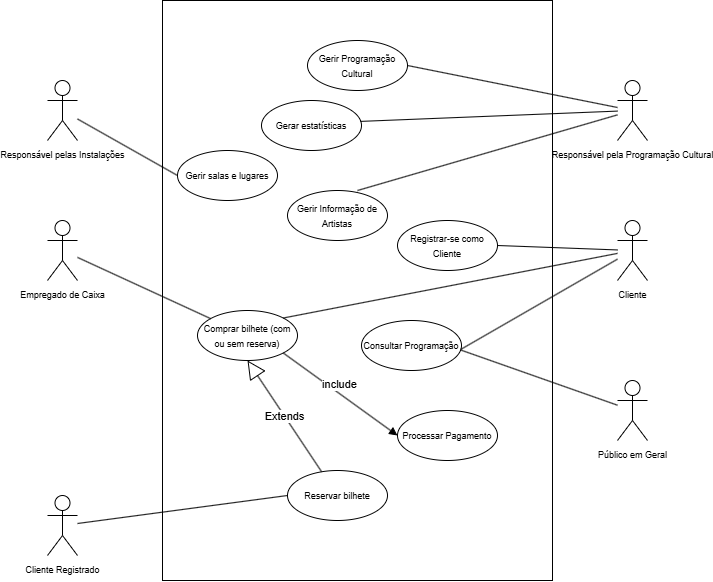
Earlier version of the draw.io export UML_Casos.drawio.png (leorsd/ESOF_UML). Source tidied: cells renumbered, new cells last; positions are measured from the earlier drawing's top-left corner, leaving out a move shared by most shapes.
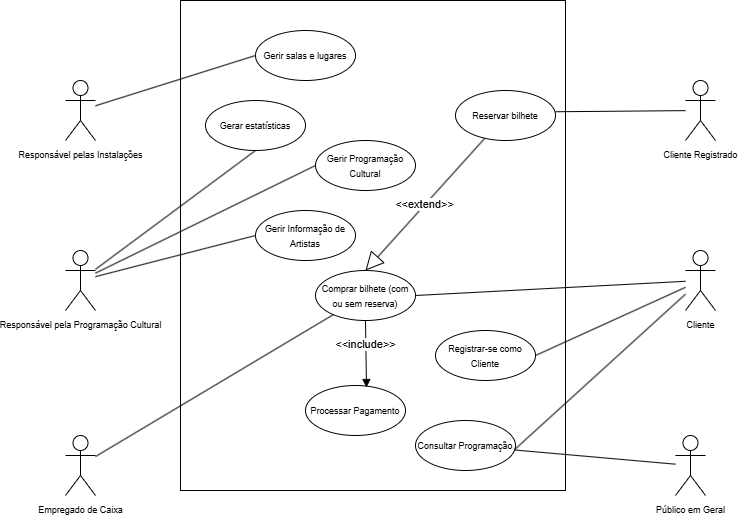
The same file after the commit.

Diff of the diagram source:
```diff
@@ -3,54 +3,54 @@
     <mxCell id="0" />
     <mxCell id="1" parent="0" />
     <mxCell id="2" style="rounded=0;whiteSpace=wrap;html=1;direction=south;" parent="1" vertex="1">
-      <mxGeometry x="115" width="390" height="580" as="geometry" />
+      <mxGeometry x="115" width="385" height="490" as="geometry" />
     </mxCell>
     <mxCell id="3" value="&lt;font style=&quot;font-size: 9px;&quot;&gt;Responsável pelas Instalações&lt;/font&gt;" style="shape=umlActor;verticalLabelPosition=bottom;verticalAlign=top;html=1;outlineConnect=0;" parent="1" vertex="1">
       <mxGeometry y="80" width="30" height="60" as="geometry" />
     </mxCell>
     <mxCell id="4" value="&lt;font style=&quot;font-size: 9px;&quot;&gt;Responsável pela Programação Cultural&lt;/font&gt;" style="shape=umlActor;verticalLabelPosition=bottom;verticalAlign=top;html=1;outlineConnect=0;" parent="1" vertex="1">
-      <mxGeometry x="570" y="80" width="30" height="60" as="geometry" />
+      <mxGeometry y="250" width="30" height="60" as="geometry" />
     </mxCell>
     <mxCell id="5" value="&lt;font style=&quot;font-size: 9px;&quot;&gt;Cliente&lt;/font&gt;" style="shape=umlActor;verticalLabelPosition=bottom;verticalAlign=top;html=1;outlineConnect=0;" parent="1" vertex="1">
-      <mxGeometry x="570" y="220" width="30" height="60" as="geometry" />
+      <mxGeometry x="620" y="250" width="30" height="60" as="geometry" />
     </mxCell>
     <mxCell id="6" value="&lt;font style=&quot;font-size: 9px;&quot;&gt;Empregado de Caixa&lt;/font&gt;" style="shape=umlActor;verticalLabelPosition=bottom;verticalAlign=top;html=1;outlineConnect=0;" parent="1" vertex="1">
-      <mxGeometry y="220" width="30" height="60" as="geometry" />
+      <mxGeometry y="435" width="30" height="60" as="geometry" />
     </mxCell>
     <mxCell id="7" value="&lt;font style=&quot;font-size: 9px;&quot;&gt;Público em Geral&lt;/font&gt;" style="shape=umlActor;verticalLabelPosition=bottom;verticalAlign=top;html=1;outlineConnect=0;" parent="1" vertex="1">
-      <mxGeometry x="570" y="380" width="30" height="60" as="geometry" />
+      <mxGeometry x="610" y="435" width="30" height="60" as="geometry" />
     </mxCell>
     <mxCell id="8" value="&lt;font style=&quot;font-size: 9px;&quot;&gt;Gerir salas e lugares&lt;/font&gt;" style="ellipse;whiteSpace=wrap;html=1;" parent="1" vertex="1">
-      <mxGeometry x="130" y="150" width="100" height="50" as="geometry" />
+      <mxGeometry x="190" y="30" width="100" height="50" as="geometry" />
     </mxCell>
     <mxCell id="9" value="&lt;font style=&quot;font-size: 9px;&quot;&gt;Gerir Programação Cultural&lt;/font&gt;" style="ellipse;whiteSpace=wrap;html=1;" parent="1" vertex="1">
-      <mxGeometry x="260" y="40" width="100" height="50" as="geometry" />
+      <mxGeometry x="250" y="140" width="100" height="50" as="geometry" />
     </mxCell>
     <mxCell id="10" value="&lt;font style=&quot;font-size: 9px;&quot;&gt;Gerir Informação de Artistas&lt;/font&gt;" style="ellipse;whiteSpace=wrap;html=1;" parent="1" vertex="1">
-      <mxGeometry x="240" y="190" width="100" height="50" as="geometry" />
+      <mxGeometry x="190" y="210" width="100" height="50" as="geometry" />
     </mxCell>
     <mxCell id="11" value="&lt;font style=&quot;font-size: 9px;&quot;&gt;Consultar Programação&lt;/font&gt;" style="ellipse;whiteSpace=wrap;html=1;" parent="1" vertex="1">
-      <mxGeometry x="314" y="320" width="100" height="50" as="geometry" />
+      <mxGeometry x="350" y="420" width="100" height="50" as="geometry" />
     </mxCell>
     <mxCell id="12" value="&lt;font style=&quot;font-size: 9px;&quot;&gt;Registrar-se como Cliente&lt;/font&gt;" style="ellipse;whiteSpace=wrap;html=1;" parent="1" vertex="1">
-      <mxGeometry x="350" y="220" width="100" height="50" as="geometry" />
+      <mxGeometry x="370" y="330" width="100" height="50" as="geometry" />
     </mxCell>
     <mxCell id="13" value="&lt;font style=&quot;font-size: 9px;&quot;&gt;Reservar bilhete&lt;/font&gt;" style="ellipse;whiteSpace=wrap;html=1;" parent="1" vertex="1">
-      <mxGeometry x="240" y="470" width="100" height="50" as="geometry" />
+      <mxGeometry x="390" y="90" width="100" height="50" as="geometry" />
     </mxCell>
     <mxCell id="14" value="&lt;font style=&quot;font-size: 9px;&quot;&gt;Comprar bilhete (com ou sem reserva)&lt;/font&gt;" style="ellipse;whiteSpace=wrap;html=1;" parent="1" vertex="1">
-      <mxGeometry x="150" y="310" width="100" height="50" as="geometry" />
+      <mxGeometry x="250" y="270" width="100" height="50" as="geometry" />
     </mxCell>
     <mxCell id="15" value="&lt;font style=&quot;font-size: 9px;&quot;&gt;Gerar estatísticas&lt;/font&gt;" style="ellipse;whiteSpace=wrap;html=1;" parent="1" vertex="1">
-      <mxGeometry x="214" y="100" width="100" height="50" as="geometry" />
+      <mxGeometry x="140" y="100" width="100" height="50" as="geometry" />
     </mxCell>
     <mxCell id="16" style="endArrow=none;html=1;rounded=0;entryX=0;entryY=0.5;entryDx=0;entryDy=0;" parent="1" edge="1" source="3" target="8">
       <mxGeometry relative="1" as="geometry" />
     </mxCell>
-    <mxCell id="17" style="endArrow=none;html=1;rounded=0;exitX=1;exitY=0.5;exitDx=0;exitDy=0;" parent="1" edge="1" source="9" target="4">
+    <mxCell id="17" style="endArrow=none;html=1;rounded=0;exitX=0;exitY=0.5;exitDx=0;exitDy=0;" parent="1" edge="1" source="9" target="4">
       <mxGeometry relative="1" as="geometry" />
     </mxCell>
-    <mxCell id="18" style="endArrow=none;html=1;rounded=0;exitX=0.7;exitY=0;exitDx=0;exitDy=0;exitPerimeter=0;" parent="1" edge="1" source="10" target="4">
+    <mxCell id="18" style="endArrow=none;html=1;rounded=0;exitX=0;exitY=0.5;exitDx=0;exitDy=0;" parent="1" edge="1" source="10" target="4">
       <mxGeometry relative="1" as="geometry" />
     </mxCell>
     <mxCell id="19" style="endArrow=none;html=1;rounded=0;entryX=0.992;entryY=0.59;entryDx=0;entryDy=0;entryPerimeter=0;" parent="1" edge="1" source="7" target="11">
@@ -60,27 +60,27 @@
       <mxGeometry relative="1" as="geometry" />
     </mxCell>
     <mxCell id="21" value="&lt;font style=&quot;font-size: 9px;&quot;&gt;Cliente Registrado&lt;/font&gt;" style="shape=umlActor;verticalLabelPosition=bottom;verticalAlign=top;html=1;outlineConnect=0;" parent="1" vertex="1">
-      <mxGeometry y="495" width="30" height="60" as="geometry" />
+      <mxGeometry x="620" y="80" width="30" height="60" as="geometry" />
     </mxCell>
-    <mxCell id="22" style="endArrow=none;html=1;rounded=0;entryX=0;entryY=0.5;entryDx=0;entryDy=0;" parent="1" edge="1" source="21" target="13">
+    <mxCell id="22" style="endArrow=none;html=1;rounded=0;entryX=1;entryY=0.425;entryDx=0;entryDy=0;entryPerimeter=0;" parent="1" edge="1" source="21" target="13">
       <mxGeometry relative="1" as="geometry" />
     </mxCell>
-    <mxCell id="23" style="endArrow=none;html=1;rounded=0;exitX=1;exitY=0;exitDx=0;exitDy=0;" parent="1" edge="1" source="14" target="5">
+    <mxCell id="23" style="endArrow=none;html=1;rounded=0;exitX=1;exitY=0.5;exitDx=0;exitDy=0;" parent="1" edge="1" source="14" target="5">
       <mxGeometry relative="1" as="geometry" />
     </mxCell>
     <mxCell id="24" style="endArrow=none;html=1;rounded=0;" parent="1" edge="1" source="6" target="14">
       <mxGeometry relative="1" as="geometry" />
     </mxCell>
-    <mxCell id="25" style="endArrow=none;html=1;rounded=0;entryX=0.989;entryY=0.418;entryDx=0;entryDy=0;entryPerimeter=0;" parent="1" edge="1" source="4" target="15">
+    <mxCell id="25" style="endArrow=none;html=1;rounded=0;entryX=0.5;entryY=1;entryDx=0;entryDy=0;" parent="1" edge="1" source="4" target="15">
       <mxGeometry relative="1" as="geometry" />
     </mxCell>
     <mxCell id="26" value="&lt;font style=&quot;font-size: 9px;&quot;&gt;Processar Pagamento&lt;/font&gt;" style="ellipse;whiteSpace=wrap;html=1;" parent="1" vertex="1">
-      <mxGeometry x="350" y="410" width="100" height="50" as="geometry" />
+      <mxGeometry x="240" y="385" width="100" height="50" as="geometry" />
     </mxCell>
-    <mxCell id="27" value="Extends" style="endArrow=block;endSize=16;endFill=0;html=1;rounded=0;entryX=0.5;entryY=1;entryDx=0;entryDy=0;" parent="1" edge="1" source="13" target="14">
+    <mxCell id="27" value="&amp;lt;&amp;lt;extend&amp;gt;&amp;gt;" style="endArrow=block;endSize=16;endFill=0;html=1;rounded=0;entryX=0.5;entryY=0;entryDx=0;entryDy=0;" parent="1" edge="1" source="13" target="14">
       <mxGeometry relative="1" as="geometry" />
     </mxCell>
-    <mxCell id="28" value="include" style="html=1;verticalAlign=bottom;endArrow=block;curved=0;rounded=0;exitX=1;exitY=1;exitDx=0;exitDy=0;entryX=0;entryY=0.5;entryDx=0;entryDy=0;" parent="1" edge="1" source="14" target="26">
+    <mxCell id="28" value="&amp;lt;&amp;lt;include&amp;gt;&amp;gt;" style="html=1;verticalAlign=bottom;endArrow=block;curved=0;rounded=0;exitX=0.5;exitY=1;exitDx=0;exitDy=0;entryX=0.61;entryY=0.04;entryDx=0;entryDy=0;entryPerimeter=0;" parent="1" edge="1" source="14" target="26">
       <mxGeometry relative="1" as="geometry" />
     </mxCell>
     <mxCell id="29" style="endArrow=none;html=1;rounded=0;exitX=0.993;exitY=0.578;exitDx=0;exitDy=0;exitPerimeter=0;" parent="1" edge="1" source="11" target="5">
```
